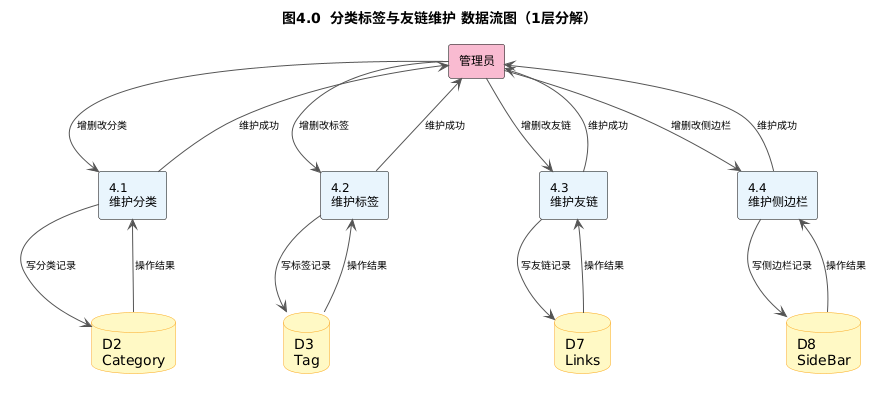
Earlier version of the PlantUML export doc/素材/纪秀茹/DFD-4分类标签友链维护.png (xiongyuanhao0525-bot/Class3-Group4).
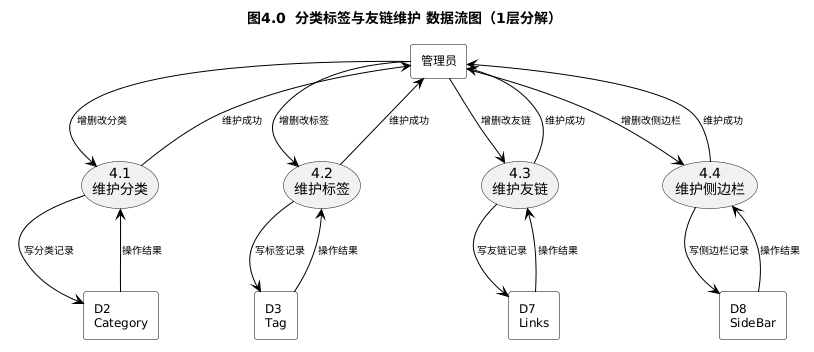
Later version of the same file.

What changed in the source:
```diff
@@ -1,31 +1,27 @@
 @startuml
 skinparam defaultFontName "Microsoft YaHei"
-skinparam nodesep 60
-skinparam ranksep 80
+skinparam nodesep 50
+skinparam ranksep 70
 skinparam rectangle {
-  BackgroundColor #FEFEFE
+  BackgroundColor white
   BorderColor black
   FontSize 12
 }
-skinparam database {
-  BackgroundColor #FFF9C4
-  BorderColor #F9A825
-}
 skinparam ArrowFontSize 10
-skinparam ArrowColor #555555
+skinparam ArrowColor black
 title 图4.0  分类标签与友链维护 数据流图（1层分解）
 
-rectangle "管理员" as E3 #F8BBD0
+rectangle "管理员" as E3
 
-rectangle "4.1\n维护分类" as P41 #E8F4FD
-rectangle "4.2\n维护标签" as P42 #E8F4FD
-rectangle "4.3\n维护友链" as P43 #E8F4FD
-rectangle "4.4\n维护侧边栏" as P44 #E8F4FD
+usecase "4.1\n维护分类" as P41
+usecase "4.2\n维护标签" as P42
+usecase "4.3\n维护友链" as P43
+usecase "4.4\n维护侧边栏" as P44
 
-database "D2\nCategory" as D2 #FFF9C4
-database "D3\nTag" as D3 #FFF9C4
-database "D7\nLinks" as D7 #FFF9C4
-database "D8\nSideBar" as D8 #FFF9C4
+rectangle "D2\nCategory" as D2
+rectangle "D3\nTag" as D3
+rectangle "D7\nLinks" as D7
+rectangle "D8\nSideBar" as D8
 
 E3 --> P41 : 增删改分类
 P41 --> D2 : 写分类记录
```
